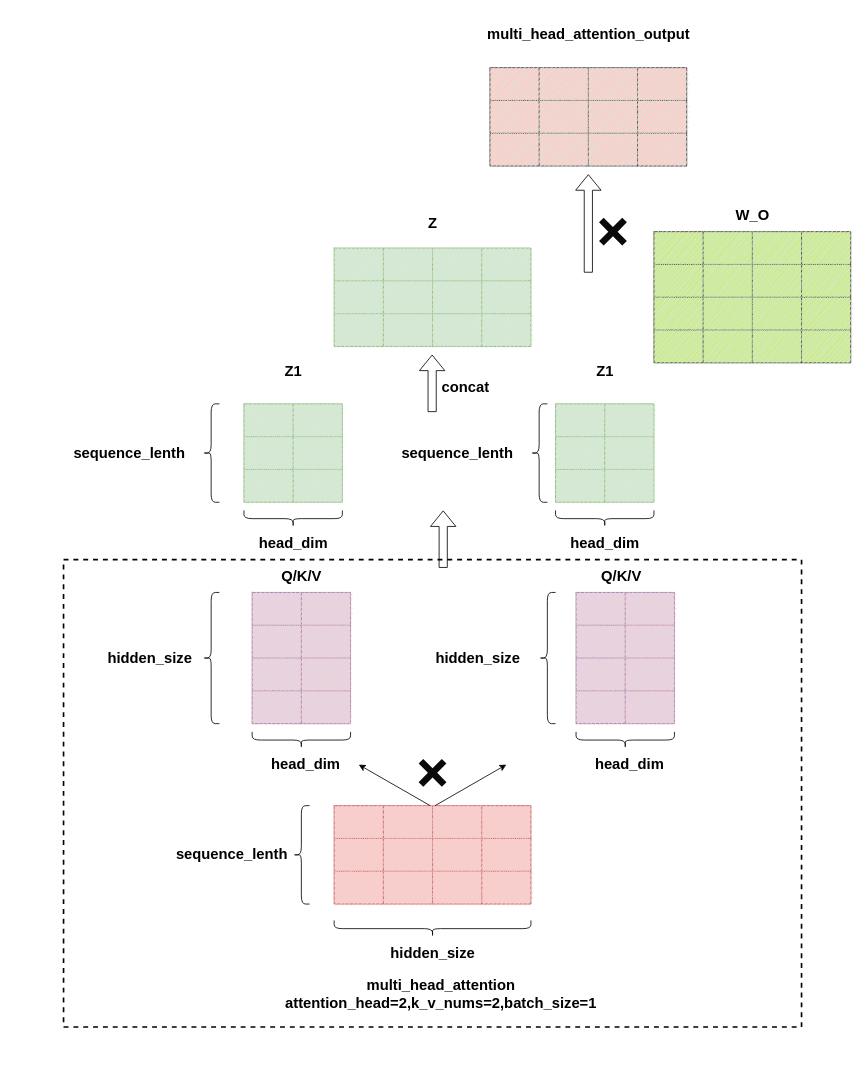
The draw.io diagram drawio_images/multi_attention.drawio in zty-king/zty-king, before the edit. Source tidied: cells renumbered, new cells numbered last; positions are measured from the earlier drawing's top-left corner, leaving out a move shared by most shapes. Both pictures are drawn from the tidied source at 82%, with x=0, y=0 at pixel (63, 18).
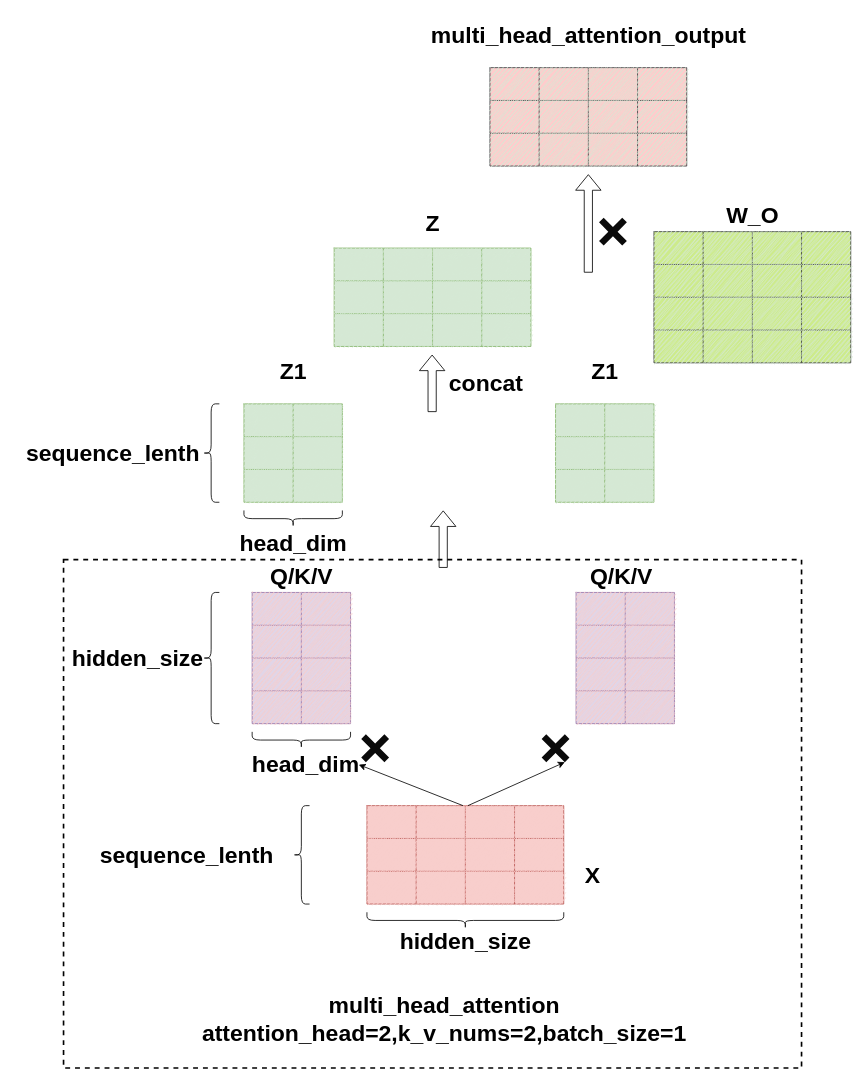
The same page after the edit.

The change refers to these unchanged cells:
```xml
<mxCell id="4" style="shape=tableRow;horizontal=0;startSize=0;swimlaneHead=0;swimlaneBody=0;strokeColor=#b85450;top=0;left=0;bottom=0;right=0;fillColor=#f8cecc;points=[[0,0.5],[1,0.5]];portConstraint=eastwest;fontSize=16;shadow=0;sketch=1;curveFitting=1;jiggle=2;" parent="3" vertex="1">
  <mxGeometry width="240" height="40" as="geometry" />
</mxCell>
```

Change to the diagram source:
```diff
@@
     <mxCell id="2" style="rounded=0;whiteSpace=wrap;html=1;fillColor=none;dashed=1;strokeWidth=2;" parent="1" vertex="1">
-      <mxGeometry y="660" width="900" height="570" as="geometry" />
+      <mxGeometry y="660" width="900" height="620" as="geometry" />
     </mxCell>
     <mxCell id="3" style="shape=table;startSize=0;childLayout=tableLayout;fontSize=16;fillColor=#f8cecc;strokeColor=#b85450;shadow=0;rounded=0;" parent="1" vertex="1">
-      <mxGeometry x="330" y="960" width="240" height="120" as="geometry" />
+      <mxGeometry x="370" y="960" width="240" height="120" as="geometry" />
     </mxCell>
@@
-    <mxCell id="46" value="&lt;font style=&quot;font-size: 18px;&quot;&gt;&lt;b&gt;hidden_size&lt;/b&gt;&lt;/font&gt;" style="text;html=1;align=center;verticalAlign=middle;strokeColor=none;fillColor=none;" parent="1" vertex="1">
-      <mxGeometry x="385" y="1120" width="130" height="40" as="geometry" />
+    <mxCell id="46" value="&lt;font&gt;&lt;b&gt;hidden_size&lt;/b&gt;&lt;/font&gt;" style="text;html=1;align=center;verticalAlign=middle;strokeColor=none;fillColor=none;strokeWidth=1;fontSize=28;" parent="1" vertex="1">
+      <mxGeometry x="400" y="1100" width="180" height="50" as="geometry" />
     </mxCell>
     <mxCell id="47" style="shape=curlyBracket;whiteSpace=wrap;html=1;rounded=1;labelPosition=left;verticalLabelPosition=middle;align=right;verticalAlign=middle;rotation=-90;size=0.5;" parent="1" vertex="1">
-      <mxGeometry x="440" y="990" width="20" height="240" as="geometry" />
+      <mxGeometry x="480" y="980" width="20" height="240" as="geometry" />
     </mxCell>
-    <mxCell id="48" value="&lt;font style=&quot;font-size: 18px;&quot;&gt;&lt;b&gt;sequence_lenth&lt;/b&gt;&lt;/font&gt;" style="text;html=1;align=center;verticalAlign=middle;strokeColor=none;fillColor=none;" parent="1" vertex="1">
-      <mxGeometry x="125" y="1000" width="160" height="40" as="geometry" />
+    <mxCell id="48" value="&lt;font&gt;&lt;b&gt;sequence_lenth&lt;/b&gt;&lt;/font&gt;" style="text;html=1;align=center;verticalAlign=middle;strokeColor=none;fillColor=none;strokeWidth=1;fontSize=28;" parent="1" vertex="1">
+      <mxGeometry x="30" y="995" width="240" height="50" as="geometry" />
     </mxCell>
-    <mxCell id="49" value="&lt;span style=&quot;font-size: 18px;&quot;&gt;&lt;b&gt;head_dim&lt;/b&gt;&lt;/span&gt;" style="text;html=1;align=center;verticalAlign=middle;strokeColor=none;fillColor=none;" parent="1" vertex="1">
-      <mxGeometry x="240" y="890" width="110" height="40" as="geometry" />
+    <mxCell id="49" value="&lt;span&gt;&lt;b&gt;head_dim&lt;/b&gt;&lt;/span&gt;" style="text;html=1;align=center;verticalAlign=middle;strokeColor=none;fillColor=none;strokeWidth=1;fontSize=28;" parent="1" vertex="1">
+      <mxGeometry x="220" y="885" width="150" height="50" as="geometry" />
     </mxCell>
@@
-    <mxCell id="51" style="shape=curlyBracket;whiteSpace=wrap;html=1;rounded=1;labelPosition=left;verticalLabelPosition=middle;align=right;verticalAlign=middle;rotation=-90;size=0.5;" parent="1" vertex="1">
-      <mxGeometry x="675" y="820" width="20" height="120" as="geometry" />
-    </mxCell>
-    <mxCell id="52" value="&lt;span style=&quot;font-size: 18px;&quot;&gt;&lt;b&gt;head_dim&lt;/b&gt;&lt;/span&gt;" style="text;html=1;align=center;verticalAlign=middle;strokeColor=none;fillColor=none;" parent="1" vertex="1">
-      <mxGeometry x="635" y="890" width="110" height="40" as="geometry" />
-    </mxCell>
-    <mxCell id="53" value="&lt;div&gt;&lt;font style=&quot;font-size: 18px;&quot;&gt;&lt;b&gt;multi_head_attention&lt;/b&gt;&lt;/font&gt;&lt;/div&gt;&lt;font style=&quot;font-size: 18px;&quot;&gt;&lt;b&gt;attention_head=2,&lt;/b&gt;&lt;/font&gt;&lt;b style=&quot;font-size: 18px; background-color: transparent; color: light-dark(rgb(0, 0, 0), rgb(255, 255, 255));&quot;&gt;k_v_nums=2,batch_size=1&lt;/b&gt;" style="text;html=1;align=center;verticalAlign=middle;strokeColor=none;fillColor=none;" parent="1" vertex="1">
-      <mxGeometry x="260" y="1160" width="400" height="60" as="geometry" />
+    <mxCell id="53" value="&lt;div&gt;&lt;font&gt;&lt;b&gt;multi_head_attention&lt;/b&gt;&lt;/font&gt;&lt;/div&gt;&lt;font&gt;&lt;b&gt;attention_head=2,&lt;/b&gt;&lt;/font&gt;&lt;b style=&quot;background-color: transparent; color: light-dark(rgb(0, 0, 0), rgb(255, 255, 255));&quot;&gt;k_v_nums=2,batch_size=1&lt;/b&gt;" style="text;html=1;align=center;verticalAlign=middle;strokeColor=none;fillColor=none;strokeWidth=1;fontSize=28;" parent="1" vertex="1">
+      <mxGeometry x="159" y="1180" width="610" height="80" as="geometry" />
     </mxCell>
@@
-    <mxCell id="55" style="shape=curlyBracket;whiteSpace=wrap;html=1;rounded=1;labelPosition=left;verticalLabelPosition=middle;align=right;verticalAlign=middle;" parent="1" vertex="1">
-      <mxGeometry x="580" y="700" width="20" height="160" as="geometry" />
-    </mxCell>
-    <mxCell id="56" value="&lt;font style=&quot;font-size: 18px;&quot;&gt;&lt;b&gt;hidden_size&lt;/b&gt;&lt;/font&gt;" style="text;html=1;align=center;verticalAlign=middle;strokeColor=none;fillColor=none;" parent="1" vertex="1">
-      <mxGeometry x="40" y="760" width="130" height="40" as="geometry" />
+    <mxCell id="56" value="&lt;font&gt;&lt;b&gt;hidden_size&lt;/b&gt;&lt;/font&gt;" style="text;html=1;align=center;verticalAlign=middle;strokeColor=none;fillColor=none;strokeWidth=1;fontSize=28;" parent="1" vertex="1">
+      <mxGeometry y="755" width="180" height="50" as="geometry" />
     </mxCell>
-    <mxCell id="57" value="&lt;b style=&quot;font-size: 18px;&quot;&gt;hidden_size&lt;/b&gt;" style="text;html=1;align=center;verticalAlign=middle;strokeColor=none;fillColor=none;" parent="1" vertex="1">
-      <mxGeometry x="440" y="760" width="130" height="40" as="geometry" />
-    </mxCell>
@@
-    <mxCell id="60" style="endArrow=classic;html=1;rounded=0;exitX=0.513;exitY=0;exitDx=0;exitDy=0;exitPerimeter=0;" parent="1" edge="1" source="4">
-      <mxGeometry relative="1" as="geometry">
-        <mxPoint x="540" y="910" as="targetPoint" />
-      </mxGeometry>
+    <mxCell id="60" style="endArrow=classic;html=1;rounded=0;exitX=0.513;exitY=0;exitDx=0;exitDy=0;exitPerimeter=0;entryX=0;entryY=0;entryDx=40;entryDy=24;entryPerimeter=0;" parent="1" edge="1" source="4" target="154">
+      <mxGeometry relative="1" as="geometry" />
     </mxCell>
     <mxCell id="61" style="shape=cross;whiteSpace=wrap;html=1;rotation=45;strokeColor=none;fillColor=light-dark(#0a0a0a, #ededed);" parent="1" vertex="1">
-      <mxGeometry x="430" y="900" width="40" height="40" as="geometry" />
+      <mxGeometry x="360" y="870" width="40" height="40" as="geometry" />
     </mxCell>
-    <mxCell id="62" value="&lt;font style=&quot;font-size: 18px;&quot;&gt;&lt;b&gt;Q/K/V&lt;/b&gt;&lt;/font&gt;" style="text;html=1;align=center;verticalAlign=middle;strokeColor=none;fillColor=none;" parent="1" vertex="1">
-      <mxGeometry x="255" y="660" width="70" height="40" as="geometry" />
+    <mxCell id="62" value="&lt;font&gt;&lt;b&gt;Q/K/V&lt;/b&gt;&lt;/font&gt;" style="text;html=1;align=center;verticalAlign=middle;strokeColor=none;fillColor=none;strokeWidth=1;fontSize=28;" parent="1" vertex="1">
+      <mxGeometry x="240" y="655" width="100" height="50" as="geometry" />
     </mxCell>
-    <mxCell id="63" value="&lt;b style=&quot;font-size: 18px;&quot;&gt;Q/K/V&lt;/b&gt;" style="text;html=1;align=center;verticalAlign=middle;strokeColor=none;fillColor=none;" parent="1" vertex="1">
-      <mxGeometry x="645" y="660" width="70" height="40" as="geometry" />
+    <mxCell id="63" value="&lt;b&gt;Q/K/V&lt;/b&gt;" style="text;html=1;align=center;verticalAlign=middle;strokeColor=none;fillColor=none;strokeWidth=1;fontSize=28;" parent="1" vertex="1">
+      <mxGeometry x="630" y="655" width="100" height="50" as="geometry" />
     </mxCell>
@@
-    <mxCell id="84" value="&lt;font style=&quot;font-size: 18px;&quot;&gt;&lt;b&gt;Z1&lt;/b&gt;&lt;/font&gt;" style="text;html=1;align=center;verticalAlign=middle;strokeColor=none;fillColor=none;" parent="1" vertex="1">
-      <mxGeometry x="260" y="410" width="40" height="40" as="geometry" />
+    <mxCell id="84" value="&lt;font&gt;&lt;b&gt;Z1&lt;/b&gt;&lt;/font&gt;" style="text;html=1;align=center;verticalAlign=middle;strokeColor=none;fillColor=none;strokeWidth=1;fontSize=28;" parent="1" vertex="1">
+      <mxGeometry x="250" y="405" width="60" height="50" as="geometry" />
     </mxCell>
@@
-    <mxCell id="86" value="&lt;span style=&quot;font-size: 18px;&quot;&gt;&lt;b&gt;head_dim&lt;/b&gt;&lt;/span&gt;" style="text;html=1;align=center;verticalAlign=middle;strokeColor=none;fillColor=none;" parent="1" vertex="1">
-      <mxGeometry x="225" y="620" width="110" height="40" as="geometry" />
+    <mxCell id="86" value="&lt;span&gt;&lt;b&gt;head_dim&lt;/b&gt;&lt;/span&gt;" style="text;html=1;align=center;verticalAlign=middle;strokeColor=none;fillColor=none;strokeWidth=1;fontSize=28;" parent="1" vertex="1">
+      <mxGeometry x="205" y="615" width="150" height="50" as="geometry" />
     </mxCell>
@@
-    <mxCell id="88" value="&lt;font style=&quot;font-size: 18px;&quot;&gt;&lt;b&gt;sequence_lenth&lt;/b&gt;&lt;/font&gt;" style="text;html=1;align=center;verticalAlign=middle;strokeColor=none;fillColor=none;" parent="1" vertex="1">
-      <mxGeometry y="510" width="160" height="40" as="geometry" />
+    <mxCell id="88" value="&lt;font&gt;&lt;b&gt;sequence_lenth&lt;/b&gt;&lt;/font&gt;" style="text;html=1;align=center;verticalAlign=middle;strokeColor=none;fillColor=none;strokeWidth=1;fontSize=28;" parent="1" vertex="1">
+      <mxGeometry x="-60" y="505" width="240" height="50" as="geometry" />
     </mxCell>
-    <mxCell id="89" style="shape=curlyBracket;whiteSpace=wrap;html=1;rounded=1;labelPosition=left;verticalLabelPosition=middle;align=right;verticalAlign=middle;" parent="1" vertex="1">
-      <mxGeometry x="570" y="470" width="20" height="120" as="geometry" />
-    </mxCell>
-    <mxCell id="90" value="&lt;font style=&quot;font-size: 18px;&quot;&gt;&lt;b&gt;sequence_lenth&lt;/b&gt;&lt;/font&gt;" style="text;html=1;align=center;verticalAlign=middle;strokeColor=none;fillColor=none;" parent="1" vertex="1">
-      <mxGeometry x="400" y="510" width="160" height="40" as="geometry" />
-    </mxCell>
-    <mxCell id="91" value="&lt;font style=&quot;font-size: 18px;&quot;&gt;&lt;b&gt;Z1&lt;/b&gt;&lt;/font&gt;" style="text;html=1;align=center;verticalAlign=middle;strokeColor=none;fillColor=none;" parent="1" vertex="1">
-      <mxGeometry x="640" y="410" width="40" height="40" as="geometry" />
+    <mxCell id="91" value="&lt;font&gt;&lt;b&gt;Z1&lt;/b&gt;&lt;/font&gt;" style="text;html=1;align=center;verticalAlign=middle;strokeColor=none;fillColor=none;strokeWidth=1;fontSize=28;" parent="1" vertex="1">
+      <mxGeometry x="630" y="405" width="60" height="50" as="geometry" />
     </mxCell>
-    <mxCell id="92" style="shape=curlyBracket;whiteSpace=wrap;html=1;rounded=1;labelPosition=left;verticalLabelPosition=middle;align=right;verticalAlign=middle;rotation=-90;size=0.5;" parent="1" vertex="1">
-      <mxGeometry x="650" y="550" width="20" height="120" as="geometry" />
-    </mxCell>
-    <mxCell id="93" value="&lt;span style=&quot;font-size: 18px;&quot;&gt;&lt;b&gt;head_dim&lt;/b&gt;&lt;/span&gt;" style="text;html=1;align=center;verticalAlign=middle;strokeColor=none;fillColor=none;" parent="1" vertex="1">
-      <mxGeometry x="605" y="620" width="110" height="40" as="geometry" />
-    </mxCell>
@@
-    <mxCell id="95" value="&lt;font style=&quot;font-size: 18px;&quot;&gt;&lt;b&gt;concat&lt;/b&gt;&lt;/font&gt;" style="text;html=1;align=center;verticalAlign=middle;strokeColor=none;fillColor=none;" parent="1" vertex="1">
-      <mxGeometry x="450" y="430" width="80" height="40" as="geometry" />
+    <mxCell id="95" value="&lt;font&gt;&lt;b&gt;concat&lt;/b&gt;&lt;/font&gt;" style="text;html=1;align=center;verticalAlign=middle;strokeColor=none;fillColor=none;strokeWidth=1;fontSize=28;" parent="1" vertex="1">
+      <mxGeometry x="460" y="420" width="110" height="50" as="geometry" />
     </mxCell>
@@
-    <mxCell id="112" value="&lt;font style=&quot;font-size: 18px;&quot;&gt;&lt;b&gt;Z&lt;/b&gt;&lt;/font&gt;" style="text;html=1;align=center;verticalAlign=middle;strokeColor=none;fillColor=none;" parent="1" vertex="1">
-      <mxGeometry x="435" y="230" width="30" height="40" as="geometry" />
+    <mxCell id="112" value="&lt;font&gt;&lt;b&gt;Z&lt;/b&gt;&lt;/font&gt;" style="text;html=1;align=center;verticalAlign=middle;strokeColor=none;fillColor=none;strokeWidth=1;fontSize=28;" parent="1" vertex="1">
+      <mxGeometry x="430" y="225" width="40" height="50" as="geometry" />
     </mxCell>
@@
-    <mxCell id="134" value="&lt;font style=&quot;font-size: 18px;&quot;&gt;&lt;b&gt;W_O&lt;/b&gt;&lt;/font&gt;" style="text;html=1;align=center;verticalAlign=middle;strokeColor=none;fillColor=none;" parent="1" vertex="1">
-      <mxGeometry x="810" y="220" width="60" height="40" as="geometry" />
+    <mxCell id="134" value="&lt;font&gt;&lt;b&gt;W_O&lt;/b&gt;&lt;/font&gt;" style="text;html=1;align=center;verticalAlign=middle;strokeColor=none;fillColor=none;strokeWidth=1;fontSize=28;" parent="1" vertex="1">
+      <mxGeometry x="795" y="215" width="90" height="50" as="geometry" />
     </mxCell>
@@
-    <mxCell id="153" value="&lt;div&gt;&lt;font style=&quot;font-size: 18px;&quot;&gt;&lt;b&gt;multi_head_attention_output&lt;/b&gt;&lt;/font&gt;&lt;/div&gt;" style="text;html=1;align=center;verticalAlign=middle;strokeColor=none;fillColor=none;" parent="1" vertex="1">
-      <mxGeometry x="505" width="270" height="40" as="geometry" />
+    <mxCell id="153" value="&lt;div&gt;&lt;font&gt;&lt;b&gt;multi_head_attention_output&lt;/b&gt;&lt;/font&gt;&lt;/div&gt;" style="text;html=1;align=center;verticalAlign=middle;strokeColor=none;fillColor=none;strokeWidth=1;fontSize=28;" parent="1" vertex="1">
+      <mxGeometry x="435" y="-5" width="410" height="50" as="geometry" />
     </mxCell>
+    <mxCell id="154" style="shape=cross;whiteSpace=wrap;html=1;rotation=45;strokeColor=none;fillColor=light-dark(#0a0a0a, #ededed);" parent="1" vertex="1">
+      <mxGeometry x="580" y="870" width="40" height="40" as="geometry" />
+    </mxCell>
+    <mxCell id="155" value="&lt;b&gt;X&lt;/b&gt;" style="text;html=1;align=center;verticalAlign=middle;strokeColor=none;fillColor=none;strokeWidth=1;fontSize=28;" parent="1" vertex="1">
+      <mxGeometry x="625" y="1020" width="40" height="50" as="geometry" />
+    </mxCell>
```
